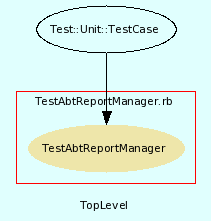
eschabell/abtlinux keeps this Graphviz diagram as src/trunk/doc/dot/f_15.png. Above is the earlier version. Its source is kept beside it as src/trunk/doc/dot/f_15.dot.
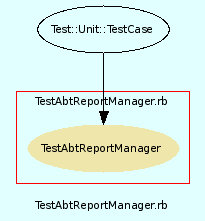
After the change.

Change to the diagram source:
```diff
@@ -3,7 +3,7 @@
     bgcolor = lightcyan1
     fontname = Arial
     fontsize = 8
-    label = "TopLevel"
+    label = "TestAbtReportManager.rb"
     node [
         fontname = Arial,
         fontsize = 8,
```
